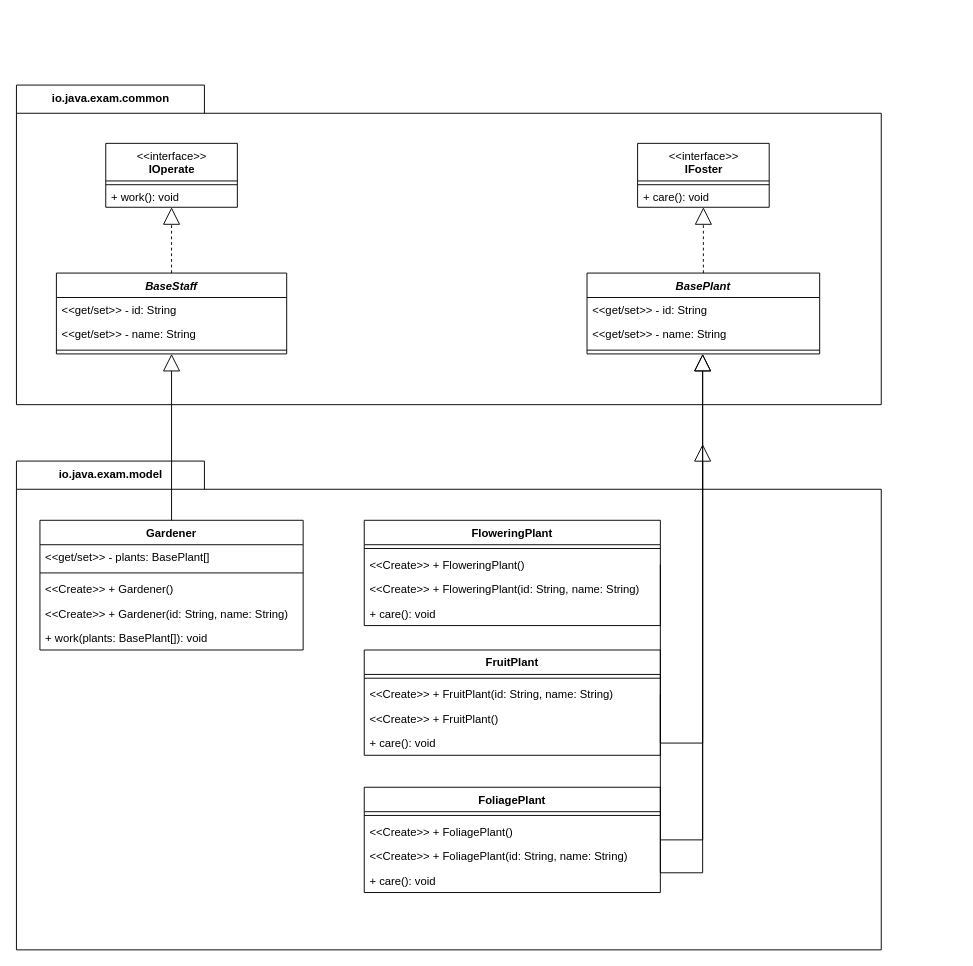
Before: java-exam-2022-2023-01/程序设计-多态 例题.drawio in eric-gitta-moore/drawio, a draw.io diagram. Source tidied: cells renumbered, new cells numbered last; positions are measured from the earlier drawing's top-left corner, leaving out a move shared by most shapes. Both pictures are drawn from the tidied source at 94%, with x=0, y=0 at pixel (16, 85).
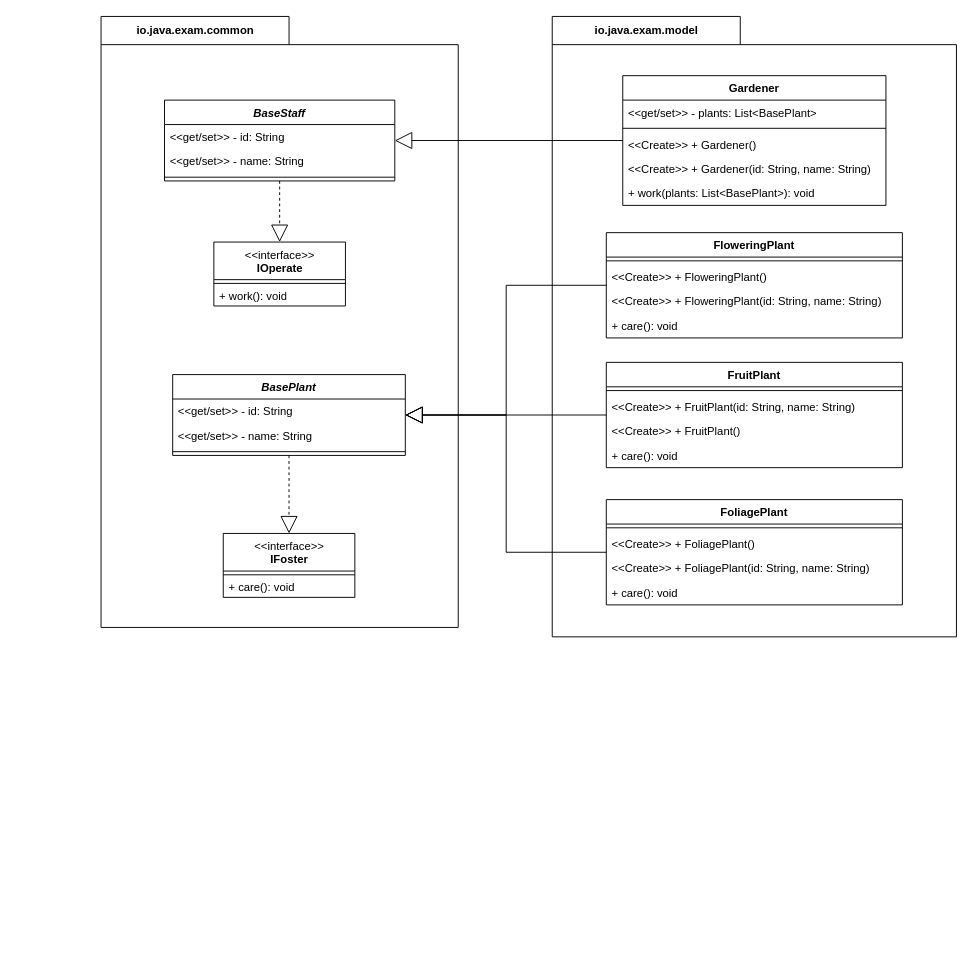
The same diagram, later.

Commit message:
更新程序设计-多态 例题.drawio

Unchanged cells that the change refers to:
```xml
<mxCell id="28" value="&lt;&lt;Create&gt;&gt; + FloweringPlant()" style="text;strokeColor=none;fillColor=none;align=left;verticalAlign=top;spacingLeft=4;spacingRight=4;overflow=hidden;points=[[0,0.5],[1,0.5]];portConstraint=eastwest;" parent="26" vertex="1">
  <mxGeometry y="34" width="315" height="26" as="geometry" />
</mxCell>
<mxCell id="38" value="&lt;&lt;Create&gt;&gt; + FruitPlant(id: String, name: String)" style="text;strokeColor=none;fillColor=none;align=left;verticalAlign=top;spacingLeft=4;spacingRight=4;overflow=hidden;points=[[0,0.5],[1,0.5]];portConstraint=eastwest;" parent="36" vertex="1">
  <mxGeometry y="34" width="315" height="26" as="geometry" />
</mxCell>
```

Diff of the diagram source:
```diff
@@
     <mxCell id="2" value="io.java.exam.common" style="shape=folder;fontStyle=1;tabWidth=200;tabHeight=30;tabPosition=left;html=1;boundedLbl=1;labelInHeader=1;" parent="1" vertex="1">
-      <mxGeometry width="920" height="340" as="geometry" />
+      <mxGeometry x="90" y="-73" width="380" height="650" as="geometry" />
     </mxCell>
     <mxCell id="3" value="BaseStaff" style="swimlane;fontStyle=3;align=center;verticalAlign=top;horizontal=1;startSize=26;" parent="2" vertex="1">
-      <mxGeometry x="42.5" y="200" width="245" height="86" as="geometry" />
+      <mxGeometry x="67.5" y="89" width="245" height="86" as="geometry" />
     </mxCell>
@@
     <mxCell id="7" value="BasePlant" style="swimlane;fontStyle=3;align=center;verticalAlign=top;horizontal=1;startSize=26;" parent="2" vertex="1">
-      <mxGeometry x="607" y="200" width="247.5" height="86" as="geometry" />
+      <mxGeometry x="76.2" y="381" width="247.5" height="86" as="geometry" />
     </mxCell>
@@
     <mxCell id="11" value="&amp;lt;&amp;lt;interface&amp;gt;&amp;gt;&lt;br&gt;&lt;b&gt;IOperate&lt;/b&gt;" style="swimlane;fontStyle=0;align=center;verticalAlign=top;horizontal=1;startSize=40;html=1;" parent="2" vertex="1">
-      <mxGeometry x="95" y="62" width="140" height="68" as="geometry" />
+      <mxGeometry x="120" y="240" width="140" height="68" as="geometry" />
     </mxCell>
@@
     <mxCell id="14" value="&amp;lt;&amp;lt;interface&amp;gt;&amp;gt;&lt;br&gt;&lt;b&gt;IFoster&lt;/b&gt;" style="swimlane;fontStyle=0;align=center;verticalAlign=top;horizontal=1;startSize=40;html=1;" parent="2" vertex="1">
-      <mxGeometry x="660.8" y="62" width="140" height="68" as="geometry" />
+      <mxGeometry x="130" y="550" width="140" height="68" as="geometry" />
     </mxCell>
@@
     <mxCell id="19" value="io.java.exam.model" style="shape=folder;fontStyle=1;tabWidth=200;tabHeight=30;tabPosition=left;html=1;boundedLbl=1;labelInHeader=1;" parent="1" vertex="1">
-      <mxGeometry y="400" width="920" height="520" as="geometry" />
+      <mxGeometry x="570" y="-73" width="430" height="660" as="geometry" />
     </mxCell>
     <mxCell id="20" value="Gardener" style="swimlane;fontStyle=1;align=center;verticalAlign=top;horizontal=1;startSize=26;" parent="19" vertex="1">
-      <mxGeometry x="25" y="63" width="280" height="138" as="geometry" />
+      <mxGeometry x="75" y="63" width="280" height="138" as="geometry" />
     </mxCell>
-    <mxCell id="21" value="&lt;&lt;get/set&gt;&gt; - plants: BasePlant[]" style="text;strokeColor=none;fillColor=none;align=left;verticalAlign=top;spacingLeft=4;spacingRight=4;overflow=hidden;" parent="20" vertex="1">
+    <mxCell id="21" value="&lt;&lt;get/set&gt;&gt; - plants: List&lt;BasePlant&gt;" style="text;strokeColor=none;fillColor=none;align=left;verticalAlign=top;spacingLeft=4;spacingRight=4;overflow=hidden;" parent="20" vertex="1">
       <mxGeometry y="26" width="280" height="26" as="geometry" />
     </mxCell>
@@
-    <mxCell id="25" value="+ work(plants: BasePlant[]): void" style="text;strokeColor=none;fillColor=none;align=left;verticalAlign=top;spacingLeft=4;spacingRight=4;overflow=hidden;" parent="20" vertex="1">
+    <mxCell id="25" value="+ work(plants: List&lt;BasePlant&gt;): void" style="text;strokeColor=none;fillColor=none;align=left;verticalAlign=top;spacingLeft=4;spacingRight=4;overflow=hidden;" parent="20" vertex="1">
       <mxGeometry y="112" width="280" height="26" as="geometry" />
     </mxCell>
     <mxCell id="26" value="FloweringPlant" style="swimlane;fontStyle=1;align=center;verticalAlign=top;horizontal=1;startSize=26;" parent="19" vertex="1">
-      <mxGeometry x="370" y="63" width="315" height="112" as="geometry" />
+      <mxGeometry x="57.5" y="230" width="315" height="112" as="geometry" />
     </mxCell>
@@
     <mxCell id="31" value="FoliagePlant" style="swimlane;fontStyle=1;align=center;verticalAlign=top;horizontal=1;startSize=26;" parent="19" vertex="1">
-      <mxGeometry x="370" y="347" width="315" height="112" as="geometry" />
+      <mxGeometry x="57.5" y="514" width="315" height="112" as="geometry" />
     </mxCell>
@@
     <mxCell id="36" value="FruitPlant" style="swimlane;fontStyle=1;align=center;verticalAlign=top;horizontal=1;startSize=26;" parent="19" vertex="1">
-      <mxGeometry x="370" y="201" width="315" height="112" as="geometry" />
+      <mxGeometry x="57.5" y="368" width="315" height="112" as="geometry" />
     </mxCell>
@@
+    <mxCell id="45" style="endArrow=block;endSize=16;endFill=0;html=1;rounded=0;edgeStyle=elbowEdgeStyle;" parent="1" edge="1" source="36" target="7">
+      <mxGeometry relative="1" as="geometry" />
+    </mxCell>
+    <mxCell id="46" style="endArrow=block;endSize=16;endFill=0;html=1;rounded=0;edgeStyle=elbowEdgeStyle;" parent="1" edge="1" source="31" target="7">
+      <mxGeometry relative="1" as="geometry" />
+    </mxCell>
+    <mxCell id="47" style="endArrow=block;endSize=16;endFill=0;html=1;rounded=0;edgeStyle=elbowEdgeStyle;" parent="1" edge="1" source="26" target="7">
+      <mxGeometry relative="1" as="geometry" />
+    </mxCell>
-    <mxCell id="41" style="endArrow=block;endSize=16;endFill=0;html=1;rounded=0;edgeStyle=orthogonalEdgeStyle;" parent="1" edge="1" source="20" target="3">
+    <mxCell id="41" style="endArrow=block;endSize=16;endFill=0;html=1;rounded=0;edgeStyle=elbowEdgeStyle;" parent="1" edge="1" source="20" target="3">
       <mxGeometry relative="1" as="geometry" />
     </mxCell>
-    <mxCell id="42" style="endArrow=block;endSize=16;endFill=0;html=1;rounded=0;exitX=1;exitY=0.5;exitDx=0;exitDy=0;edgeStyle=orthogonalEdgeStyle;" parent="1" edge="1" source="28" target="7">
-      <mxGeometry relative="1" as="geometry">
-        <Array as="points">
-          <mxPoint x="730" y="700" />
-        </Array>
-      </mxGeometry>
-    </mxCell>
-    <mxCell id="43" style="endArrow=block;endSize=16;endFill=0;html=1;rounded=0;edgeStyle=orthogonalEdgeStyle;exitX=1;exitY=0.5;exitDx=0;exitDy=0;" parent="1" edge="1" source="38" target="7">
-      <mxGeometry relative="1" as="geometry">
-        <Array as="points">
-          <mxPoint x="730" y="838" />
-        </Array>
-      </mxGeometry>
-    </mxCell>
-    <mxCell id="44" style="endArrow=block;endSize=16;endFill=0;html=1;rounded=0;edgeStyle=elbowEdgeStyle;" parent="1" edge="1" source="31">
-      <mxGeometry relative="1" as="geometry">
-        <mxPoint x="730" y="382" as="targetPoint" />
-        <Array as="points">
-          <mxPoint x="730" y="860" />
-          <mxPoint x="720" y="860" />
-          <mxPoint x="800" y="650" />
-        </Array>
-      </mxGeometry>
-    </mxCell>
```
